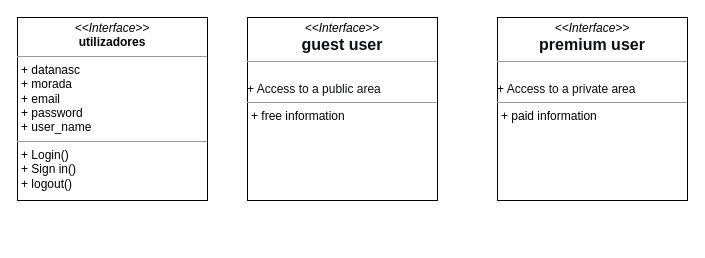
This is Class_Diagram.drawio from bgabrielma/ES_Project, a draw.io file, before an edit. Source tidied: cells renumbered, new cells numbered last; positions are measured from the earlier drawing's top-left corner, leaving out a move shared by most shapes. Both pictures are drawn from the tidied source at 100%, with x=0, y=0 at pixel (17, 17).
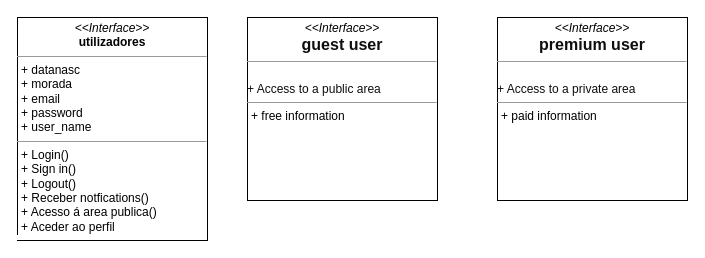
After the change.

What changed in the source:
```diff
@@
 <mxGraphModel>
   <root>
     <mxCell id="0" />
     <mxCell id="1" parent="0" />
-    <mxCell id="2" value="&lt;p style=&quot;margin:0px;margin-top:4px;text-align:center;&quot;&gt;&lt;i&gt;&amp;lt;&amp;lt;Interface&amp;gt;&amp;gt;&lt;/i&gt;&lt;br&gt;&lt;b&gt;utilizadores&lt;/b&gt;&lt;/p&gt;&lt;hr size=&quot;1&quot;&gt;&lt;p style=&quot;margin:0px;margin-left:4px;&quot;&gt;+ datanasc&lt;br&gt;+ morada&lt;/p&gt;&lt;p style=&quot;margin:0px;margin-left:4px;&quot;&gt;+ email&lt;/p&gt;&lt;p style=&quot;margin:0px;margin-left:4px;&quot;&gt;&lt;span style=&quot;background-color: initial;&quot;&gt;+ password&lt;br&gt;&lt;/span&gt;+ user_name&lt;/p&gt;&lt;hr size=&quot;1&quot;&gt;&lt;p style=&quot;margin:0px;margin-left:4px;&quot;&gt;+ Login()&lt;br&gt;+ Sign in()&lt;/p&gt;&lt;p style=&quot;margin:0px;margin-left:4px;&quot;&gt;+ logout()&lt;/p&gt;" style="verticalAlign=top;align=left;overflow=fill;fontSize=12;fontFamily=Helvetica;html=1;rounded=0;shadow=0;comic=0;labelBackgroundColor=none;strokeWidth=1;" parent="1" vertex="1">
-      <mxGeometry width="190" height="183" as="geometry" />
+    <mxCell id="2" value="&lt;p style=&quot;margin:0px;margin-top:4px;text-align:center;&quot;&gt;&lt;i&gt;&amp;lt;&amp;lt;Interface&amp;gt;&amp;gt;&lt;/i&gt;&lt;br&gt;&lt;b&gt;utilizadores&lt;/b&gt;&lt;/p&gt;&lt;hr size=&quot;1&quot;&gt;&lt;p style=&quot;margin:0px;margin-left:4px;&quot;&gt;+ datanasc&lt;br&gt;+ morada&lt;/p&gt;&lt;p style=&quot;margin:0px;margin-left:4px;&quot;&gt;+ email&lt;/p&gt;&lt;p style=&quot;margin:0px;margin-left:4px;&quot;&gt;&lt;span style=&quot;background-color: initial;&quot;&gt;+ password&lt;br&gt;&lt;/span&gt;+ user_name&lt;/p&gt;&lt;hr size=&quot;1&quot;&gt;&lt;p style=&quot;margin:0px;margin-left:4px;&quot;&gt;+ Login()&lt;br&gt;+ Sign in()&lt;/p&gt;&lt;p style=&quot;margin:0px;margin-left:4px;&quot;&gt;+ Logout()&lt;/p&gt;&lt;p style=&quot;margin:0px;margin-left:4px;&quot;&gt;+ Receber notfications()&lt;/p&gt;&lt;p style=&quot;margin:0px;margin-left:4px;&quot;&gt;+ Acesso á area publica()&lt;br&gt;+ Aceder ao perfil&lt;/p&gt;&lt;span style=&quot;background-color: rgb(255, 255, 255); color: rgb(220, 221, 222); font-size: 16px;&quot;&gt;&amp;nbsp;&lt;/span&gt;" style="verticalAlign=top;align=left;overflow=fill;fontSize=12;fontFamily=Helvetica;html=1;rounded=0;shadow=0;comic=0;labelBackgroundColor=none;strokeWidth=1;" parent="1" vertex="1">
+      <mxGeometry width="190" height="223" as="geometry" />
     </mxCell>
     <mxCell id="3" value="&lt;p style=&quot;margin:0px;margin-top:4px;text-align:center;&quot;&gt;&lt;i&gt;&amp;lt;&amp;lt;Interface&amp;gt;&amp;gt;&lt;/i&gt;&lt;br&gt;&lt;span id=&quot;docs-internal-guid-162300e9-7fff-615d-8241-27b93749e002&quot;&gt;&lt;b&gt;&lt;span style=&quot;font-size: 12pt; font-family: Arial; color: rgb(13, 14, 16); background-color: transparent; font-variant-numeric: normal; font-variant-east-asian: normal; vertical-align: baseline;&quot;&gt;guest &lt;/span&gt;&lt;span style=&quot;font-size: 12pt; color: rgb(13, 14, 16); background-color: transparent; font-variant-numeric: normal; font-variant-east-asian: normal; vertical-align: baseline;&quot;&gt;user&lt;/span&gt;&lt;/b&gt;&lt;/span&gt;&lt;br&gt;&lt;/p&gt;&lt;hr size=&quot;1&quot;&gt;&lt;p style=&quot;margin:0px;margin-left:4px;&quot;&gt;&lt;br&gt;&lt;/p&gt;&lt;span id=&quot;docs-internal-guid-a093aedd-7fff-57dc-1b45-3bb8c17fe3ff&quot;&gt;&lt;span style=&quot;background-color: transparent; font-variant-numeric: normal; font-variant-east-asian: normal; vertical-align: baseline;&quot;&gt;&lt;font style=&quot;font-size: 12px;&quot;&gt;&lt;font color=&quot;#0d0e10&quot;&gt;+ Access to a public area&amp;nbsp;&lt;/font&gt;&lt;/font&gt;&lt;/span&gt;&lt;/span&gt;&lt;hr size=&quot;1&quot;&gt;&lt;p style=&quot;margin:0px;margin-left:4px;&quot;&gt;+ free information&lt;/p&gt;" style="verticalAlign=top;align=left;overflow=fill;fontSize=12;fontFamily=Helvetica;html=1;rounded=0;shadow=0;comic=0;labelBackgroundColor=none;strokeWidth=1;" parent="1" vertex="1">
       <mxGeometry x="230" width="190" height="183" as="geometry" />
     </mxCell>
     <mxCell id="4" value="&lt;p style=&quot;margin:0px;margin-top:4px;text-align:center;&quot;&gt;&lt;i&gt;&amp;lt;&amp;lt;Interface&amp;gt;&amp;gt;&lt;/i&gt;&lt;br&gt;&lt;span id=&quot;docs-internal-guid-162300e9-7fff-615d-8241-27b93749e002&quot;&gt;&lt;b&gt;&lt;span style=&quot;font-size: 12pt; font-family: Arial; color: rgb(13, 14, 16); background-color: transparent; font-variant-numeric: normal; font-variant-east-asian: normal; vertical-align: baseline;&quot;&gt;premium&amp;nbsp;&lt;/span&gt;&lt;span style=&quot;font-size: 12pt; color: rgb(13, 14, 16); background-color: transparent; font-variant-numeric: normal; font-variant-east-asian: normal; vertical-align: baseline;&quot;&gt;user&lt;/span&gt;&lt;/b&gt;&lt;/span&gt;&lt;br&gt;&lt;/p&gt;&lt;hr size=&quot;1&quot;&gt;&lt;p style=&quot;margin:0px;margin-left:4px;&quot;&gt;&lt;br&gt;&lt;/p&gt;&lt;span id=&quot;docs-internal-guid-a093aedd-7fff-57dc-1b45-3bb8c17fe3ff&quot;&gt;&lt;span style=&quot;background-color: transparent; font-variant-numeric: normal; font-variant-east-asian: normal; vertical-align: baseline;&quot;&gt;&lt;font style=&quot;font-size: 12px;&quot;&gt;&lt;font color=&quot;#0d0e10&quot;&gt;+ Access to a private area&amp;nbsp;&lt;/font&gt;&lt;/font&gt;&lt;/span&gt;&lt;/span&gt;&lt;hr size=&quot;1&quot;&gt;&lt;p style=&quot;margin:0px;margin-left:4px;&quot;&gt;+ paid information&lt;/p&gt;" style="verticalAlign=top;align=left;overflow=fill;fontSize=12;fontFamily=Helvetica;html=1;rounded=0;shadow=0;comic=0;labelBackgroundColor=none;strokeWidth=1;" parent="1" vertex="1">
       <mxGeometry x="480" width="190" height="183" as="geometry" />
     </mxCell>
   </root>
 </mxGraphModel>
```
